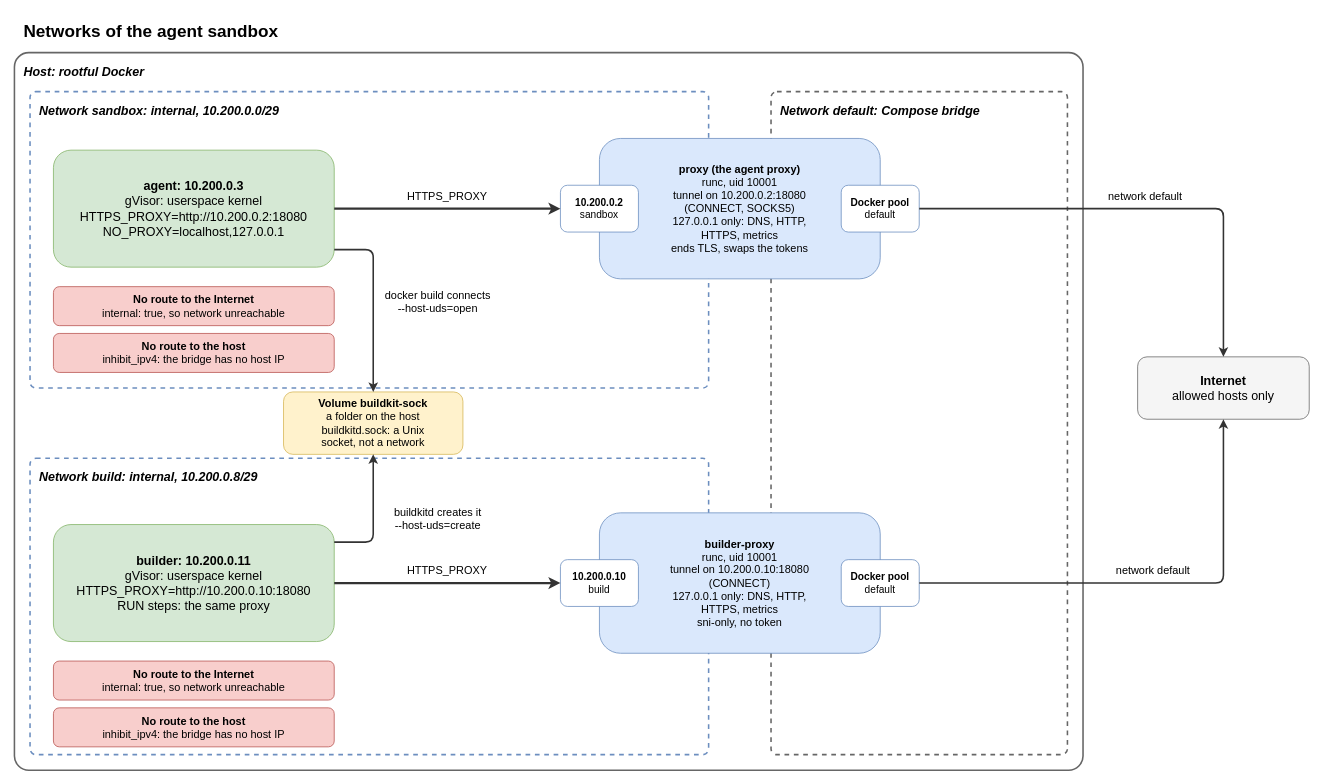
raghav19/engineersdaybook keeps this draw.io diagram as .devcontainer/docs/diagrams/network.drawio. Above is the earlier version. Source tidied: cells renumbered, new cells numbered last; positions are measured from the earlier drawing's top-left corner, leaving out a move shared by most shapes. Both pictures are drawn from the tidied source at 78%, with x=0, y=0 at pixel (14, 13).
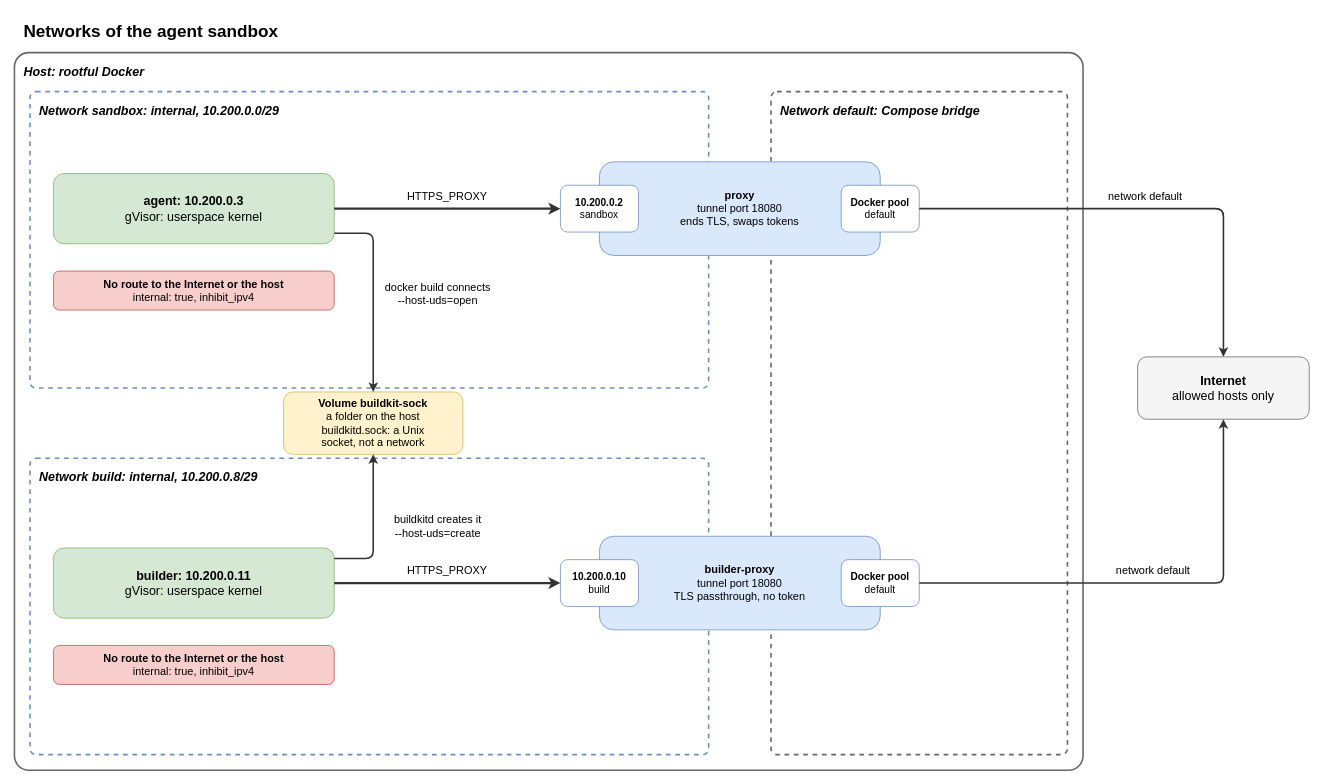
The same page after the edit.

Commit message (it also covers changes not shown here):
docs: numbered steps in the architecture diagram, shorter network boxes

What changed in the source:
```diff
@@
-    <mxCell id="7" value="&lt;b&gt;agent: 10.200.0.3&lt;/b&gt;&lt;br&gt;gVisor: userspace kernel&lt;br&gt;HTTPS_PROXY=http://10.200.0.2:18080&lt;br&gt;NO_PROXY=localhost,127.0.0.1" style="rounded=1;whiteSpace=wrap;html=1;fontSize=16;fillColor=#d5e8d4;strokeColor=#82b366;" parent="1" vertex="1">
-      <mxGeometry x="50" y="175" width="360" height="150" as="geometry" />
+    <mxCell id="7" value="&lt;b&gt;agent: 10.200.0.3&lt;/b&gt;&lt;br&gt;gVisor: userspace kernel" style="rounded=1;whiteSpace=wrap;html=1;fontSize=16;fillColor=#d5e8d4;strokeColor=#82b366;" parent="1" vertex="1">
+      <mxGeometry x="50" y="205" width="360" height="90" as="geometry" />
     </mxCell>
-    <mxCell id="8" value="&lt;b&gt;No route to the Internet&lt;/b&gt;&lt;br&gt;internal: true, so network unreachable" style="rounded=1;whiteSpace=wrap;html=1;fontSize=14;fillColor=#f8cecc;strokeColor=#b85450;" parent="1" vertex="1">
-      <mxGeometry x="50" y="350" width="360" height="50" as="geometry" />
+    <mxCell id="8" value="&lt;b&gt;No route to the Internet or the host&lt;/b&gt;&lt;br&gt;internal: true, inhibit_ipv4" style="rounded=1;whiteSpace=wrap;html=1;fontSize=14;fillColor=#f8cecc;strokeColor=#b85450;" parent="1" vertex="1">
+      <mxGeometry x="50" y="330" width="360" height="50" as="geometry" />
     </mxCell>
-    <mxCell id="9" value="&lt;b&gt;No route to the host&lt;/b&gt;&lt;br&gt;inhibit_ipv4: the bridge has no host IP" style="rounded=1;whiteSpace=wrap;html=1;fontSize=14;fillColor=#f8cecc;strokeColor=#b85450;" parent="1" vertex="1">
-      <mxGeometry x="50" y="410" width="360" height="50" as="geometry" />
-    </mxCell>
-    <mxCell id="10" value="&lt;b&gt;proxy (the agent proxy)&lt;/b&gt;&lt;br&gt;runc, uid 10001&lt;br&gt;tunnel on 10.200.0.2:18080&lt;br&gt;(CONNECT, SOCKS5)&lt;br&gt;127.0.0.1 only: DNS, HTTP,&lt;br&gt;HTTPS, metrics&lt;br&gt;ends TLS, swaps the tokens" style="rounded=1;whiteSpace=wrap;html=1;fontSize=14;fillColor=#dae8fc;strokeColor=#6c8ebf;" parent="1" vertex="1">
-      <mxGeometry x="750" y="160" width="360" height="180" as="geometry" />
+    <mxCell id="10" value="&lt;b&gt;proxy&lt;/b&gt;&lt;br&gt;tunnel port 18080&lt;br&gt;ends TLS, swaps tokens" style="rounded=1;whiteSpace=wrap;html=1;fontSize=14;fillColor=#dae8fc;strokeColor=#6c8ebf;" parent="1" vertex="1">
+      <mxGeometry x="750" y="190" width="360" height="120" as="geometry" />
     </mxCell>
@@
-    <mxCell id="14" value="&lt;b&gt;builder: 10.200.0.11&lt;/b&gt;&lt;br&gt;gVisor: userspace kernel&lt;br&gt;HTTPS_PROXY=http://10.200.0.10:18080&lt;br&gt;RUN steps: the same proxy" style="rounded=1;whiteSpace=wrap;html=1;fontSize=16;fillColor=#d5e8d4;strokeColor=#82b366;" parent="1" vertex="1">
-      <mxGeometry x="50" y="655" width="360" height="150" as="geometry" />
+    <mxCell id="14" value="&lt;b&gt;builder: 10.200.0.11&lt;/b&gt;&lt;br&gt;gVisor: userspace kernel" style="rounded=1;whiteSpace=wrap;html=1;fontSize=16;fillColor=#d5e8d4;strokeColor=#82b366;" parent="1" vertex="1">
+      <mxGeometry x="50" y="685" width="360" height="90" as="geometry" />
     </mxCell>
-    <mxCell id="15" value="&lt;b&gt;No route to the Internet&lt;/b&gt;&lt;br&gt;internal: true, so network unreachable" style="rounded=1;whiteSpace=wrap;html=1;fontSize=14;fillColor=#f8cecc;strokeColor=#b85450;" parent="1" vertex="1">
-      <mxGeometry x="50" y="830" width="360" height="50" as="geometry" />
+    <mxCell id="15" value="&lt;b&gt;No route to the Internet or the host&lt;/b&gt;&lt;br&gt;internal: true, inhibit_ipv4" style="rounded=1;whiteSpace=wrap;html=1;fontSize=14;fillColor=#f8cecc;strokeColor=#b85450;" parent="1" vertex="1">
+      <mxGeometry x="50" y="810" width="360" height="50" as="geometry" />
     </mxCell>
-    <mxCell id="16" value="&lt;b&gt;No route to the host&lt;/b&gt;&lt;br&gt;inhibit_ipv4: the bridge has no host IP" style="rounded=1;whiteSpace=wrap;html=1;fontSize=14;fillColor=#f8cecc;strokeColor=#b85450;" parent="1" vertex="1">
-      <mxGeometry x="50" y="890" width="360" height="50" as="geometry" />
-    </mxCell>
-    <mxCell id="17" value="&lt;b&gt;builder-proxy&lt;/b&gt;&lt;br&gt;runc, uid 10001&lt;br&gt;tunnel on 10.200.0.10:18080&lt;br&gt;(CONNECT)&lt;br&gt;127.0.0.1 only: DNS, HTTP,&lt;br&gt;HTTPS, metrics&lt;br&gt;sni-only, no token" style="rounded=1;whiteSpace=wrap;html=1;fontSize=14;fillColor=#dae8fc;strokeColor=#6c8ebf;" parent="1" vertex="1">
-      <mxGeometry x="750" y="640" width="360" height="180" as="geometry" />
+    <mxCell id="17" value="&lt;b&gt;builder-proxy&lt;/b&gt;&lt;br&gt;tunnel port 18080&lt;br&gt;TLS passthrough, no token" style="rounded=1;whiteSpace=wrap;html=1;fontSize=14;fillColor=#dae8fc;strokeColor=#6c8ebf;" parent="1" vertex="1">
+      <mxGeometry x="750" y="670" width="360" height="120" as="geometry" />
     </mxCell>
```
